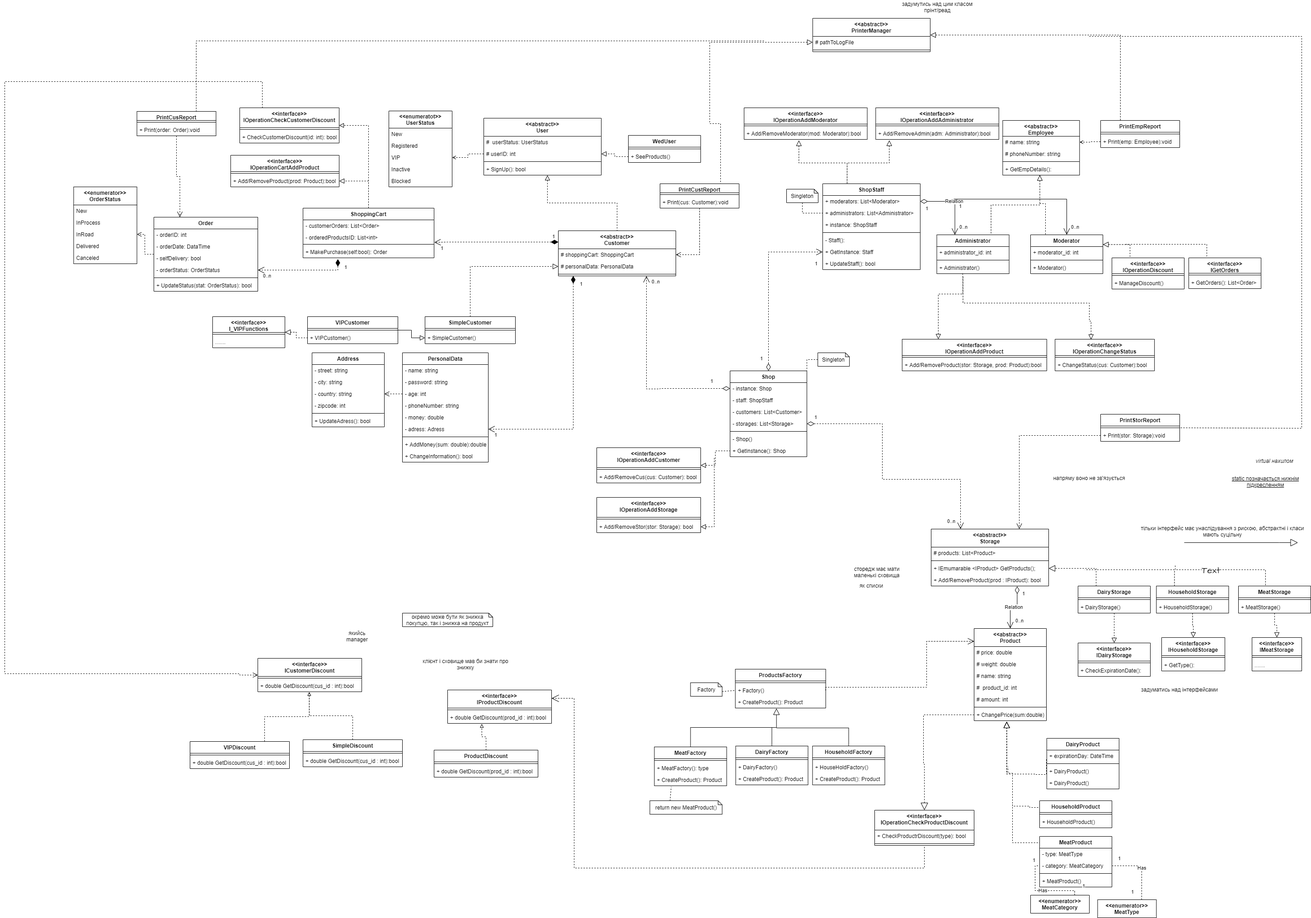
Before: Shop_SOLID_UML.drawio.png, a diagram exported from draw.io (olh-msk/SigmaTask11_UML_SOLID). Source tidied: cells renumbered, new cells last; positions are measured from the earlier drawing's top-left corner, leaving out a move shared by most shapes.
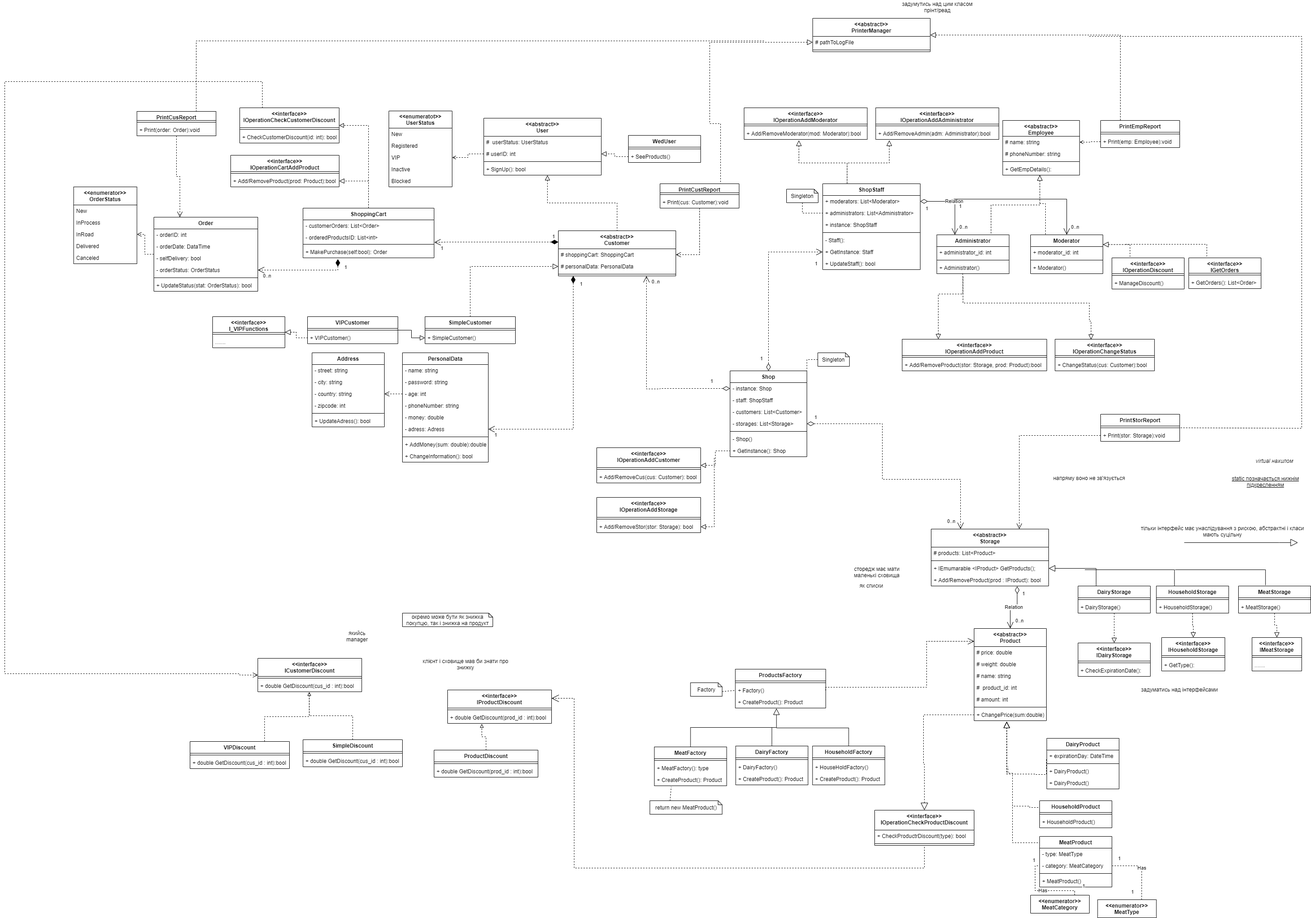
The same diagram one commit later.

Diff of the diagram source:
```diff
@@ -347,14 +347,14 @@
     <mxCell id="100" value="+ HouseholdStorage()" style="text;strokeColor=none;fillColor=none;align=left;verticalAlign=top;spacingLeft=4;spacingRight=4;overflow=hidden;" parent="98" vertex="1">
       <mxGeometry y="34" width="160" height="26" as="geometry" />
     </mxCell>
-    <mxCell id="101" style="endArrow=block;html=1;endSize=12;startArrow=none;startSize=14;startFill=0;edgeStyle=orthogonalEdgeStyle;align=left;verticalAlign=bottom;rounded=0;entryX=1;entryY=0.5;entryDx=0;entryDy=0;dashed=1;exitX=0.25;exitY=0;exitDx=0;exitDy=0;endFill=0;" parent="1" edge="1" source="90" target="78">
+    <mxCell id="101" style="endArrow=block;html=1;endSize=12;startArrow=none;startSize=14;startFill=0;edgeStyle=orthogonalEdgeStyle;align=left;verticalAlign=bottom;rounded=0;entryX=1;entryY=0.5;entryDx=0;entryDy=0;exitX=0.25;exitY=0;exitDx=0;exitDy=0;endFill=0;" parent="1" edge="1" source="90" target="78">
       <mxGeometry x="-1" y="3" relative="1" as="geometry">
         <Array as="points">
           <mxPoint x="2415" y="1257" />
         </Array>
       </mxGeometry>
     </mxCell>
-    <mxCell id="102" style="endArrow=none;html=1;endSize=12;startArrow=none;startSize=14;startFill=0;edgeStyle=orthogonalEdgeStyle;align=left;verticalAlign=bottom;rounded=0;dashed=1;exitX=0.25;exitY=0;exitDx=0;exitDy=0;endFill=0;" parent="1" edge="1" source="98">
+    <mxCell id="102" style="endArrow=none;html=1;endSize=12;startArrow=none;startSize=14;startFill=0;edgeStyle=orthogonalEdgeStyle;align=left;verticalAlign=bottom;rounded=0;exitX=0.25;exitY=0;exitDx=0;exitDy=0;endFill=0;" parent="1" edge="1" source="98">
       <mxGeometry x="-1" y="3" relative="1" as="geometry">
         <mxPoint x="2390" y="1260" as="targetPoint" />
         <Array as="points">
@@ -362,18 +362,15 @@
         </Array>
       </mxGeometry>
     </mxCell>
-    <mxCell id="103" style="endArrow=none;html=1;endSize=12;startArrow=none;startSize=14;startFill=0;edgeStyle=orthogonalEdgeStyle;align=left;verticalAlign=bottom;rounded=0;dashed=1;endFill=0;exitX=0.374;exitY=-0.033;exitDx=0;exitDy=0;exitPerimeter=0;" parent="1" edge="1" source="94">
+    <mxCell id="103" style="endArrow=none;html=1;endSize=12;startArrow=none;startSize=14;startFill=0;edgeStyle=orthogonalEdgeStyle;align=left;verticalAlign=bottom;rounded=0;endFill=0;exitX=0.374;exitY=-0.033;exitDx=0;exitDy=0;exitPerimeter=0;" parent="1" edge="1" source="94">
       <mxGeometry x="-1" y="3" relative="1" as="geometry">
-        <mxPoint x="2590" y="1250" as="targetPoint" />
+        <mxPoint x="2590" y="1260" as="targetPoint" />
         <Array as="points">
           <mxPoint x="2790" y="1260" />
           <mxPoint x="2590" y="1260" />
         </Array>
       </mxGeometry>
     </mxCell>
-    <mxCell id="104" value="Text" style="edgeLabel;html=1;align=center;verticalAlign=middle;fontSize=20;fontFamily=Architects Daughter;" parent="103" vertex="1">
-      <mxGeometry x="0.27" relative="1" as="geometry" />
-    </mxCell>
     <mxCell id="105" value="Relation" style="endArrow=open;html=1;endSize=12;startArrow=diamondThin;startSize=14;startFill=0;edgeStyle=orthogonalEdgeStyle;rounded=0;exitX=0.732;exitY=1.023;exitDx=0;exitDy=0;exitPerimeter=0;entryX=0.5;entryY=0;entryDx=0;entryDy=0;" parent="1" edge="1" source="79" target="17">
       <mxGeometry relative="1" as="geometry" />
     </mxCell>
```
